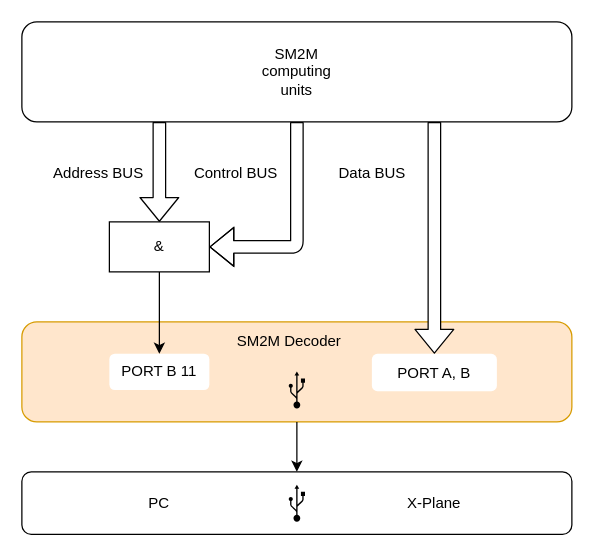
Before: page "sm2m-decoder" (2 of 2) of design.drawio in artemkorobko/an26sim, a draw.io diagram. Source tidied: cells renumbered, new cells numbered last; positions are measured from the earlier drawing's top-left corner, leaving out a move shared by most shapes. Both pictures are drawn from the tidied source at 125%, with x=0, y=0 at pixel (21, 21).
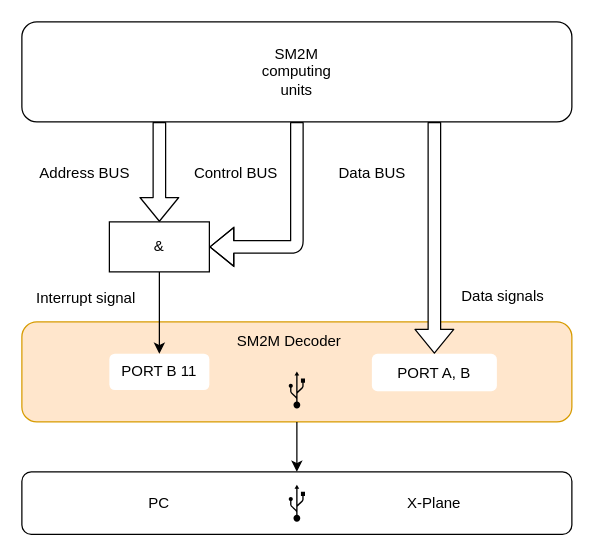
Above is the later version.

Commit message (it also covers changes not shown here):
Update decoder design

The change refers to these unchanged cells:
```xml
<mxCell id="3" style="shape=flexArrow;endArrow=block;html=1;labelBackgroundColor=none;startArrow=none;endFill=0;startFill=0;entryX=0.5;entryY=0;entryDx=0;entryDy=0;fillColor=default;exitX=0.25;exitY=1;exitDx=0;exitDy=0;" parent="1" edge="1" source="2" target="12">
  <mxGeometry relative="1" as="geometry" />
</mxCell>
<mxCell id="5" style="shape=flexArrow;endArrow=classic;html=1;labelBackgroundColor=none;startArrow=none;startFill=0;entryX=1;entryY=0.5;entryDx=0;entryDy=0;fillColor=default;" parent="1" edge="1" source="2" target="12">
  <mxGeometry relative="1" as="geometry">
    <Array as="points">
      <mxPoint x="220" y="180" />
    </Array>
  </mxGeometry>
</mxCell>
<mxCell id="13" style="endArrow=classic;html=1;fillColor=default;exitX=0.5;exitY=1;exitDx=0;exitDy=0;entryX=0.5;entryY=0;entryDx=0;entryDy=0;" parent="1" edge="1" source="12" target="11">
  <mxGeometry relative="1" as="geometry" />
</mxCell>
```

The edit, as a diff of the source:
```diff
@@
     <mxCell id="4" value="Address BUS" style="edgeLabel;html=1;align=center;verticalAlign=middle;fontSize=12;labelBackgroundColor=none;" parent="3" vertex="1">
       <mxGeometry x="-0.35" y="3" relative="1" as="geometry">
-        <mxPoint x="-52" y="14" as="offset" />
+        <mxPoint x="-63" y="14" as="offset" />
       </mxGeometry>
     </mxCell>
@@
-    <mxCell id="6" value="Control BUS" style="edgeLabel;html=1;align=center;verticalAlign=middle;fontSize=12;labelBackgroundColor=none;" parent="5" vertex="1">
+    <mxCell id="6" value="Control BUS" style="edgeLabel;html=1;align=center;verticalAlign=middle;fontSize=12;labelBackgroundColor=default;" parent="5" vertex="1">
       <mxGeometry x="-0.35" y="3" relative="1" as="geometry">
         <mxPoint x="-53" y="-15" as="offset" />
       </mxGeometry>
     </mxCell>
@@
+    <mxCell id="21" value="Interrupt signal" style="edgeLabel;html=1;align=center;verticalAlign=middle;fontSize=12;" parent="13" vertex="1">
+      <mxGeometry x="-0.45" y="-2" relative="1" as="geometry">
+        <mxPoint x="-58" y="2" as="offset" />
+      </mxGeometry>
+    </mxCell>
@@
+    <mxCell id="22" value="Data signals" style="text;html=1;strokeColor=none;fillColor=none;align=center;verticalAlign=middle;whiteSpace=wrap;rounded=0;fontSize=12;" parent="1" vertex="1">
+      <mxGeometry x="340" y="210" width="90" height="20" as="geometry" />
+    </mxCell>
```
